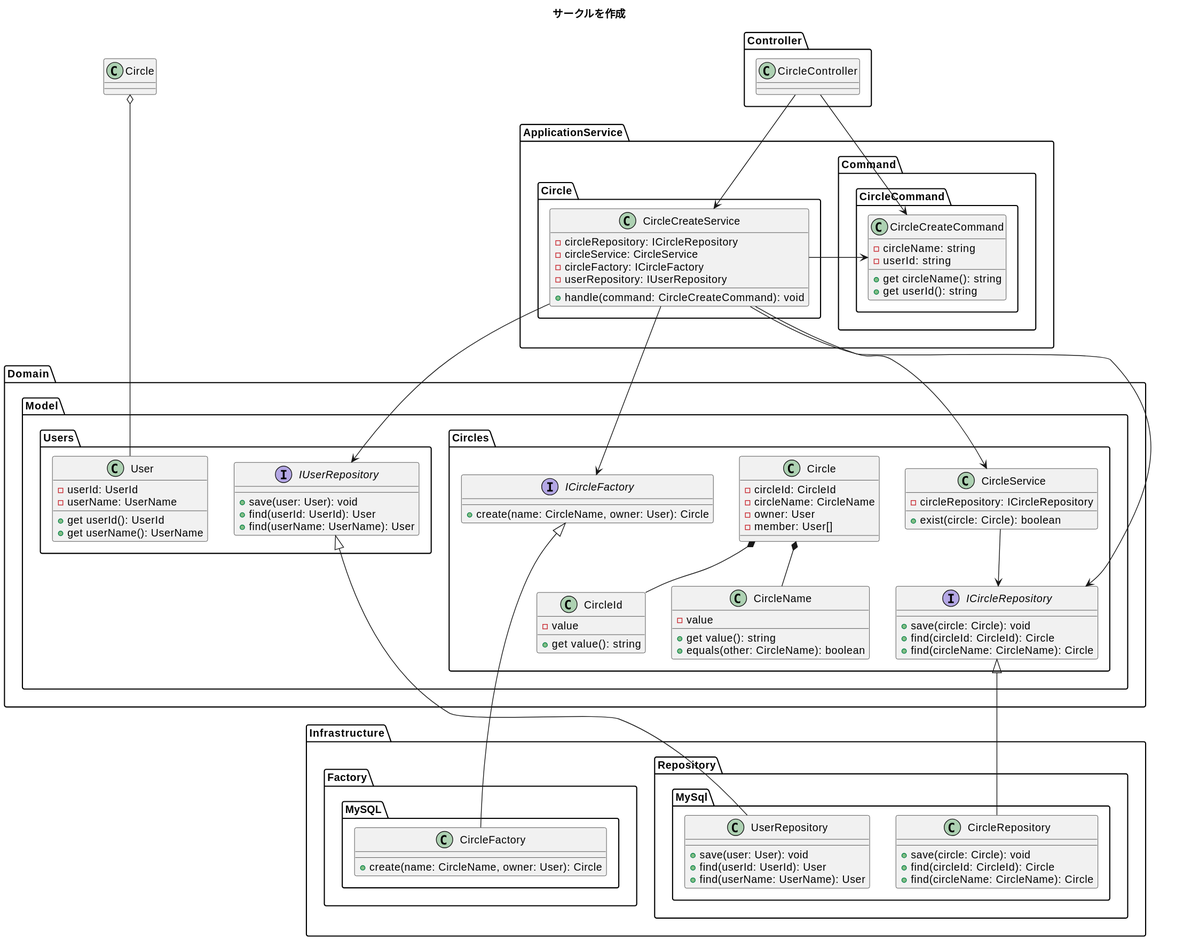
Before: diagrams/ch11-circle-create.svg, a diagram exported from PlantUML (Yuki-TU/ddd).
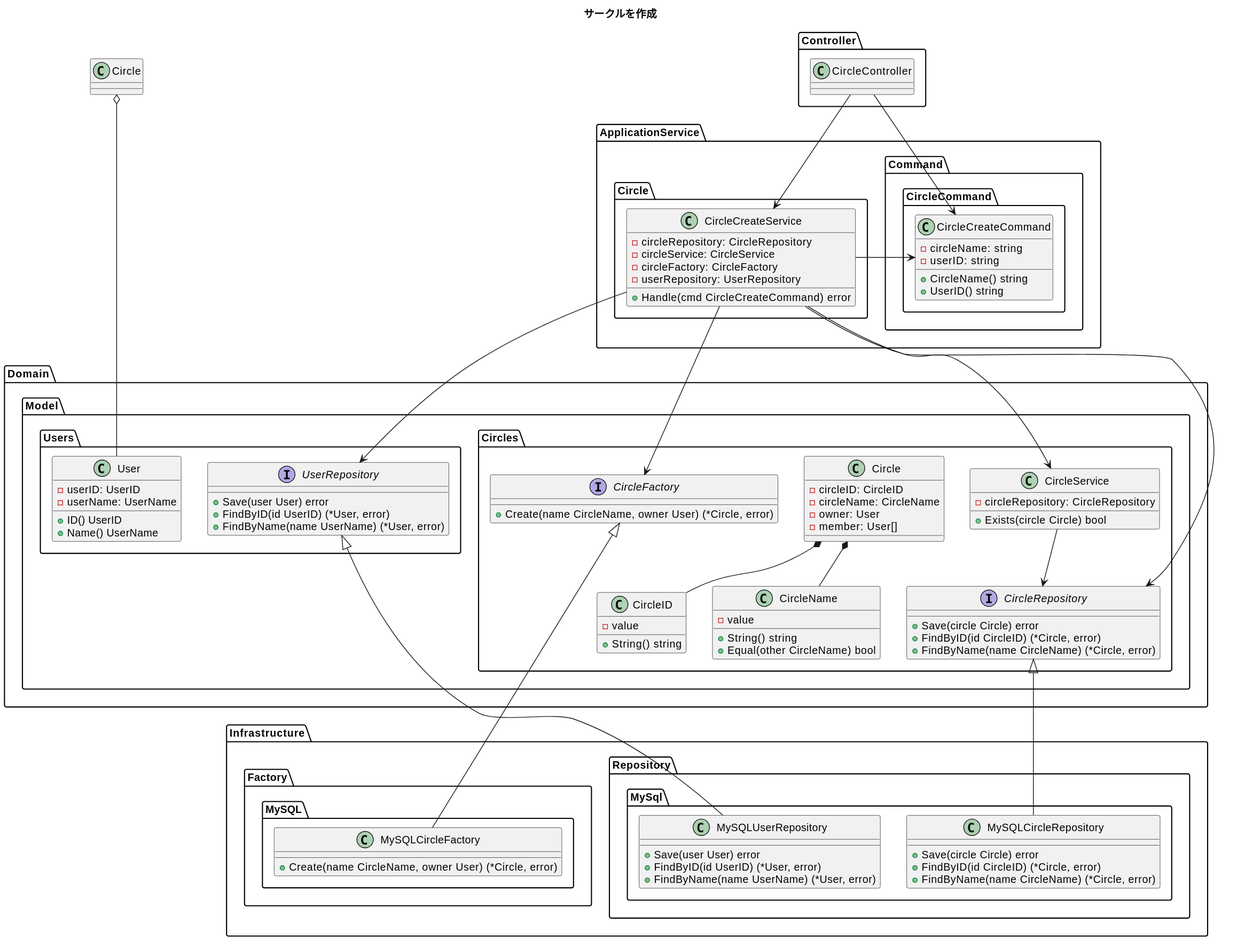
The same file after the commit.

What changed in the source:
```diff
@@ -7,20 +7,20 @@
 package ApplicationService {
   package Circle {
     class CircleCreateService {
-      - circleRepository: ICircleRepository
+      - circleRepository: CircleRepository
       - circleService: CircleService
-      - circleFactory: ICircleFactory
-      - userRepository: IUserRepository
-      + handle(command: CircleCreateCommand): void
+      - circleFactory: CircleFactory
+      - userRepository: UserRepository
+      + Handle(cmd CircleCreateCommand) error
     }
   }
   package Command {
     package CircleCommand {
       class CircleCreateCommand {
         - circleName: string
-        - userId: string
-        + get circleName(): string
-        + get userId(): string
+        - userID: string
+        + CircleName() string
+        + UserID() string
       }
     }
   }
@@ -30,47 +30,47 @@
   package Model {
     package Circles {
       class Circle {
-        - circleId: CircleId
+        - circleID: CircleID
         - circleName: CircleName
         - owner: User
         - member: User[]
       }
       class CircleName {
         - value
-        + get value(): string
-        + equals(other: CircleName): boolean
+        + String() string
+        + Equal(other CircleName) bool
       }
-      class CircleId {
+      class CircleID {
         - value
-        + get value(): string
+        + String() string
       }
       Circle *-- CircleName
-      Circle *-- CircleId
+      Circle *-- CircleID
 
       class CircleService {
-        - circleRepository: ICircleRepository
-        + exist(circle: Circle): boolean
+        - circleRepository: CircleRepository
+        + Exists(circle Circle) bool
       }
-      interface ICircleFactory {
-        + create(name: CircleName, owner: User): Circle
+      interface CircleFactory {
+        + Create(name CircleName, owner User) (*Circle, error)
       }
-      interface ICircleRepository {
-        + save(circle: Circle): void
-        + find(circleId: CircleId): Circle
-        + find(circleName: CircleName): Circle
+      interface CircleRepository {
+        + Save(circle Circle) error
+        + FindByID(id CircleID) (*Circle, error)
+        + FindByName(name CircleName) (*Circle, error)
       }
     }
     package Users {
       class User {
-        - userId: UserId
+        - userID: UserID
         - userName: UserName
-        + get userId(): UserId
-        + get userName(): UserName
+        + ID() UserID
+        + Name() UserName
       }
-      interface IUserRepository {
-        + save(user: User): void
-        + find(userId: UserId): User
-        + find(userName: UserName): User
+      interface UserRepository {
+        + Save(user User) error
+        + FindByID(id UserID) (*User, error)
+        + FindByName(name UserName) (*User, error)
       }
     }
   }
@@ -80,34 +80,34 @@
 package Infrastructure {
   package Factory {
     package MySQL {
-      class CircleFactory {
-        + create(name: CircleName, owner: User): Circle
+      class MySQLCircleFactory {
+        + Create(name CircleName, owner User) (*Circle, error)
       }
     }
   }
   package Repository {
     package MySql {
-      class UserRepository {
-        + save(user: User): void
-        + find(userId: UserId): User
-        + find(userName: UserName): User
+      class MySQLUserRepository {
+        + Save(user User) error
+        + FindByID(id UserID) (*User, error)
+        + FindByName(name UserName) (*User, error)
       }
-      class CircleRepository {
-        + save(circle: Circle): void
-        + find(circleId: CircleId): Circle
-        + find(circleName: CircleName): Circle
+      class MySQLCircleRepository {
+        + Save(circle Circle) error
+        + FindByID(id CircleID) (*Circle, error)
+        + FindByName(name CircleName) (*Circle, error)
       }
     }
   }
 }
-CircleService --> ICircleRepository
-ICircleFactory <|-- CircleFactory
-CircleCreateService --> ICircleRepository
-CircleCreateService --> ICircleFactory
+CircleService --> CircleRepository
+CircleFactory <|-- MySQLCircleFactory
+CircleCreateService --> CircleRepository
+CircleCreateService --> CircleFactory
 CircleCreateService --> CircleService
-ICircleRepository <|-- CircleRepository
-IUserRepository <|-- UserRepository
-IUserRepository <-- CircleCreateService
+CircleRepository <|-- MySQLCircleRepository
+UserRepository <|-- MySQLUserRepository
+UserRepository <-- CircleCreateService
 CircleController --> CircleCreateService
 CircleCreateService -> CircleCreateCommand
 CircleController -> CircleCreateCommand
```
